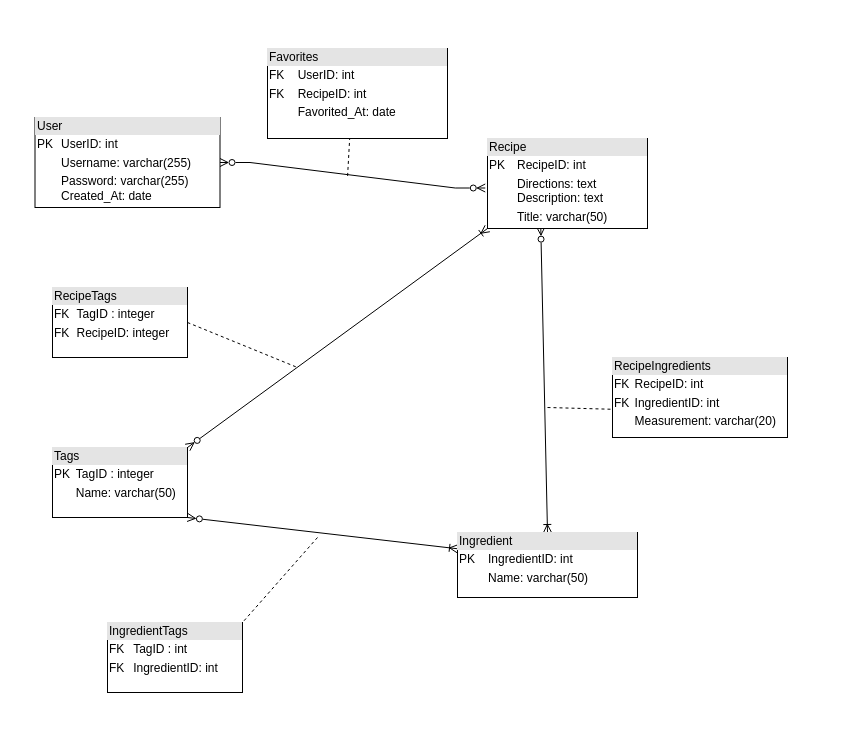
The draw.io diagram Copy of Project A2.drawio in Rhimeth/COSC-612-Project, before the edit. Source tidied: cells renumbered, new cells numbered last; positions are measured from the earlier drawing's top-left corner, leaving out a move shared by most shapes. Both pictures are drawn from the tidied source at 100%, with x=0, y=0 at pixel (35, 48).
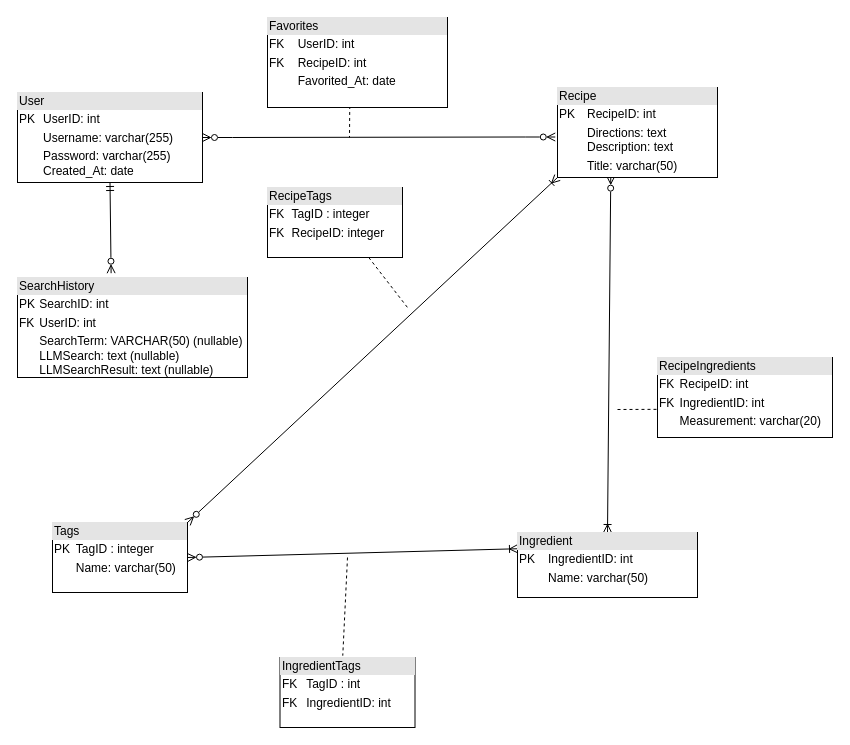
After the change.

Change to the diagram source:
```diff
@@
-    <mxCell id="4" style="endArrow=none;html=1;rounded=0;exitX=1;exitY=0.5;exitDx=0;exitDy=0;dashed=1;" parent="1" edge="1" source="11">
+    <mxCell id="4" style="endArrow=none;html=1;rounded=0;exitX=0.75;exitY=1;exitDx=0;exitDy=0;dashed=1;" parent="1" edge="1" source="11">
       <mxGeometry relative="1" as="geometry">
-        <mxPoint x="262" y="319" as="targetPoint" />
+        <mxPoint x="372" y="259" as="targetPoint" />
       </mxGeometry>
     </mxCell>
-    <mxCell id="5" style="endArrow=ERoneToMany;startArrow=ERzeroToMany;html=1;rounded=0;exitX=1;exitY=1;exitDx=0;exitDy=0;entryX=0;entryY=0.25;entryDx=0;entryDy=0;startFill=0;endFill=0;" parent="1" edge="1" source="14" target="16">
+    <mxCell id="5" style="endArrow=ERoneToMany;startArrow=ERzeroToMany;html=1;rounded=0;exitX=1;exitY=0.5;exitDx=0;exitDy=0;entryX=0;entryY=0.25;entryDx=0;entryDy=0;startFill=0;endFill=0;" parent="1" edge="1" source="14" target="16">
       <mxGeometry relative="1" as="geometry" />
     </mxCell>
-    <mxCell id="6" style="endArrow=none;html=1;rounded=0;entryX=1;entryY=0;entryDx=0;entryDy=0;dashed=1;" parent="1" edge="1" target="15">
+    <mxCell id="6" style="endArrow=none;html=1;rounded=0;entryX=0.465;entryY=-0.026;entryDx=0;entryDy=0;dashed=1;entryPerimeter=0;" parent="1" edge="1" target="15">
       <mxGeometry relative="1" as="geometry">
-        <mxPoint x="282" y="489" as="sourcePoint" />
+        <mxPoint x="312" y="509" as="sourcePoint" />
       </mxGeometry>
     </mxCell>
@@
     <mxCell id="8" style="endArrow=none;html=1;rounded=0;entryX=0.012;entryY=0.648;entryDx=0;entryDy=0;dashed=1;entryPerimeter=0;" parent="1" edge="1" target="17">
       <mxGeometry relative="1" as="geometry">
-        <mxPoint x="512" y="359" as="sourcePoint" />
+        <mxPoint x="582" y="361" as="sourcePoint" />
       </mxGeometry>
     </mxCell>
     <mxCell id="9" style="endArrow=none;html=1;rounded=0;exitX=0.457;exitY=0.983;exitDx=0;exitDy=0;dashed=1;exitPerimeter=0;" parent="1" edge="1" source="12">
       <mxGeometry relative="1" as="geometry">
-        <mxPoint x="312" y="129" as="targetPoint" />
+        <mxPoint x="314" y="89" as="targetPoint" />
       </mxGeometry>
     </mxCell>
     <mxCell id="10" value="&lt;div style=&quot;box-sizing:border-box;width:100%;background:#e4e4e4;padding:2px;&quot;&gt;User&lt;/div&gt;&lt;table style=&quot;width:100%;font-size:1em;&quot; cellpadding=&quot;2&quot; cellspacing=&quot;0&quot;&gt;&lt;tbody&gt;&lt;tr&gt;&lt;td&gt;PK&lt;/td&gt;&lt;td&gt;UserID: int&lt;/td&gt;&lt;/tr&gt;&lt;tr&gt;&lt;td&gt;&lt;br&gt;&lt;/td&gt;&lt;td&gt;Username: varchar(255)&lt;br&gt;&lt;/td&gt;&lt;/tr&gt;&lt;tr&gt;&lt;td&gt;&lt;/td&gt;&lt;td&gt;Password: varchar(255)&lt;br&gt;Created_At: date&lt;br&gt;&lt;/td&gt;&lt;/tr&gt;&lt;/tbody&gt;&lt;/table&gt;" style="verticalAlign=top;align=left;overflow=fill;html=1;whiteSpace=wrap;" parent="1" vertex="1">
-      <mxGeometry x="-0.5" y="69" width="185" height="90" as="geometry" />
+      <mxGeometry x="-18" y="44" width="185" height="90" as="geometry" />
     </mxCell>
     <mxCell id="11" value="&lt;div style=&quot;box-sizing:border-box;width:100%;background:#e4e4e4;padding:2px;&quot;&gt;RecipeTags&lt;/div&gt;&lt;table style=&quot;width:100%;font-size:1em;&quot; cellpadding=&quot;2&quot; cellspacing=&quot;0&quot;&gt;&lt;tbody&gt;&lt;tr&gt;&lt;td&gt;FK&lt;/td&gt;&lt;td&gt;TagID : integer&lt;/td&gt;&lt;/tr&gt;&lt;tr&gt;&lt;td&gt;FK&lt;/td&gt;&lt;td&gt;RecipeID: integer&lt;/td&gt;&lt;/tr&gt;&lt;tr&gt;&lt;td&gt;&lt;/td&gt;&lt;td&gt;&lt;br&gt;&lt;/td&gt;&lt;/tr&gt;&lt;/tbody&gt;&lt;/table&gt;" style="verticalAlign=top;align=left;overflow=fill;html=1;whiteSpace=wrap;" parent="1" vertex="1">
-      <mxGeometry x="17" y="239" width="135" height="70" as="geometry" />
+      <mxGeometry x="232" y="139" width="135" height="70" as="geometry" />
     </mxCell>
     <mxCell id="12" value="&lt;div style=&quot;box-sizing:border-box;width:100%;background:#e4e4e4;padding:2px;&quot;&gt;Favorites&lt;/div&gt;&lt;table style=&quot;width:100%;font-size:1em;&quot; cellpadding=&quot;2&quot; cellspacing=&quot;0&quot;&gt;&lt;tbody&gt;&lt;tr&gt;&lt;td&gt;FK&lt;/td&gt;&lt;td&gt;UserID: int&lt;/td&gt;&lt;/tr&gt;&lt;tr&gt;&lt;td&gt;FK&lt;/td&gt;&lt;td&gt;RecipeID: int&lt;/td&gt;&lt;/tr&gt;&lt;tr&gt;&lt;td&gt;&lt;br&gt;&lt;/td&gt;&lt;td&gt;Favorited_At: date&lt;/td&gt;&lt;/tr&gt;&lt;/tbody&gt;&lt;/table&gt;" style="verticalAlign=top;align=left;overflow=fill;html=1;whiteSpace=wrap;" parent="1" vertex="1">
-      <mxGeometry x="232" width="180" height="90" as="geometry" />
+      <mxGeometry x="232" y="-31" width="180" height="90" as="geometry" />
     </mxCell>
     <mxCell id="13" value="&lt;div style=&quot;box-sizing:border-box;width:100%;background:#e4e4e4;padding:2px;&quot;&gt;Recipe&lt;/div&gt;&lt;table style=&quot;width:100%;font-size:1em;&quot; cellpadding=&quot;2&quot; cellspacing=&quot;0&quot;&gt;&lt;tbody&gt;&lt;tr&gt;&lt;td&gt;PK&lt;/td&gt;&lt;td&gt;RecipeID: int&lt;br&gt;&lt;/td&gt;&lt;/tr&gt;&lt;tr&gt;&lt;td&gt;&lt;/td&gt;&lt;td&gt;Directions: text&lt;br&gt;Description: text&lt;br&gt;&lt;/td&gt;&lt;/tr&gt;&lt;tr&gt;&lt;td&gt;&lt;/td&gt;&lt;td&gt;Title: varchar(50)&lt;/td&gt;&lt;/tr&gt;&lt;/tbody&gt;&lt;/table&gt;" style="verticalAlign=top;align=left;overflow=fill;html=1;whiteSpace=wrap;" parent="1" vertex="1">
-      <mxGeometry x="452" y="90" width="160" height="90" as="geometry" />
+      <mxGeometry x="522" y="39" width="160" height="90" as="geometry" />
     </mxCell>
     <mxCell id="14" value="&lt;div style=&quot;box-sizing:border-box;width:100%;background:#e4e4e4;padding:2px;&quot;&gt;Tags&lt;/div&gt;&lt;table style=&quot;width:100%;font-size:1em;&quot; cellpadding=&quot;2&quot; cellspacing=&quot;0&quot;&gt;&lt;tbody&gt;&lt;tr&gt;&lt;td&gt;PK&lt;/td&gt;&lt;td&gt;TagID : integer&lt;/td&gt;&lt;/tr&gt;&lt;tr&gt;&lt;td&gt;&lt;br&gt;&lt;/td&gt;&lt;td&gt;Name: varchar(50)&lt;/td&gt;&lt;/tr&gt;&lt;tr&gt;&lt;td&gt;&lt;/td&gt;&lt;td&gt;&lt;br&gt;&lt;/td&gt;&lt;/tr&gt;&lt;/tbody&gt;&lt;/table&gt;" style="verticalAlign=top;align=left;overflow=fill;html=1;whiteSpace=wrap;" parent="1" vertex="1">
-      <mxGeometry x="17" y="399" width="135" height="70" as="geometry" />
+      <mxGeometry x="17" y="474" width="135" height="70" as="geometry" />
     </mxCell>
     <mxCell id="15" value="&lt;div style=&quot;box-sizing:border-box;width:100%;background:#e4e4e4;padding:2px;&quot;&gt;IngredientTags&lt;/div&gt;&lt;table style=&quot;width:100%;font-size:1em;&quot; cellpadding=&quot;2&quot; cellspacing=&quot;0&quot;&gt;&lt;tbody&gt;&lt;tr&gt;&lt;td&gt;FK&lt;/td&gt;&lt;td&gt;TagID : int&lt;/td&gt;&lt;/tr&gt;&lt;tr&gt;&lt;td&gt;FK&lt;/td&gt;&lt;td&gt;IngredientID: int&lt;/td&gt;&lt;/tr&gt;&lt;tr&gt;&lt;td&gt;&lt;/td&gt;&lt;td&gt;&lt;br&gt;&lt;/td&gt;&lt;/tr&gt;&lt;/tbody&gt;&lt;/table&gt;" style="verticalAlign=top;align=left;overflow=fill;html=1;whiteSpace=wrap;" parent="1" vertex="1">
-      <mxGeometry x="72" y="574" width="135" height="70" as="geometry" />
+      <mxGeometry x="244.5" y="609" width="135" height="70" as="geometry" />
     </mxCell>
     <mxCell id="16" value="&lt;div style=&quot;box-sizing:border-box;width:100%;background:#e4e4e4;padding:2px;&quot;&gt;Ingredient&lt;/div&gt;&lt;table style=&quot;width:100%;font-size:1em;&quot; cellpadding=&quot;2&quot; cellspacing=&quot;0&quot;&gt;&lt;tbody&gt;&lt;tr&gt;&lt;td&gt;PK&lt;/td&gt;&lt;td&gt;IngredientID: int&lt;br&gt;&lt;/td&gt;&lt;/tr&gt;&lt;tr&gt;&lt;td&gt;&lt;br&gt;&lt;/td&gt;&lt;td&gt;Name: varchar(50)&lt;/td&gt;&lt;/tr&gt;&lt;tr&gt;&lt;td&gt;&lt;br&gt;&lt;/td&gt;&lt;td&gt;&lt;br&gt;&lt;/td&gt;&lt;/tr&gt;&lt;/tbody&gt;&lt;/table&gt;" style="verticalAlign=top;align=left;overflow=fill;html=1;whiteSpace=wrap;" parent="1" vertex="1">
-      <mxGeometry x="422" y="484" width="180" height="65" as="geometry" />
+      <mxGeometry x="482" y="484" width="180" height="65" as="geometry" />
     </mxCell>
     <mxCell id="17" value="&lt;div style=&quot;box-sizing:border-box;width:100%;background:#e4e4e4;padding:2px;&quot;&gt;RecipeIngredients&lt;/div&gt;&lt;table style=&quot;width:100%;font-size:1em;&quot; cellpadding=&quot;2&quot; cellspacing=&quot;0&quot;&gt;&lt;tbody&gt;&lt;tr&gt;&lt;td&gt;FK&lt;/td&gt;&lt;td&gt;RecipeID: int&lt;br&gt;&lt;/td&gt;&lt;/tr&gt;&lt;tr&gt;&lt;td&gt;FK&lt;/td&gt;&lt;td&gt;IngredientID: int&lt;/td&gt;&lt;/tr&gt;&lt;tr&gt;&lt;td&gt;&lt;/td&gt;&lt;td&gt;Measurement: varchar(20)&lt;/td&gt;&lt;/tr&gt;&lt;/tbody&gt;&lt;/table&gt;" style="verticalAlign=top;align=left;overflow=fill;html=1;whiteSpace=wrap;" parent="1" vertex="1">
-      <mxGeometry x="577" y="309" width="175" height="80" as="geometry" />
+      <mxGeometry x="622" y="309" width="175" height="80" as="geometry" />
     </mxCell>
+    <mxCell id="18" value="&lt;div style=&quot;box-sizing:border-box;width:100%;background:#e4e4e4;padding:2px;&quot;&gt;SearchHistory&lt;/div&gt;&lt;table style=&quot;width:100%;font-size:1em;&quot; cellpadding=&quot;2&quot; cellspacing=&quot;0&quot;&gt;&lt;tbody&gt;&lt;tr&gt;&lt;td&gt;PK&lt;/td&gt;&lt;td&gt;SearchID: int&lt;/td&gt;&lt;/tr&gt;&lt;tr&gt;&lt;td&gt;FK&lt;/td&gt;&lt;td&gt;UserID: int&lt;/td&gt;&lt;/tr&gt;&lt;tr&gt;&lt;td&gt;&lt;br&gt;&lt;/td&gt;&lt;td&gt;SearchTerm: VARCHAR(50) (nullable)&lt;br&gt;LLMSearch: text (nullable)&lt;br&gt;LLMSearchResult: text (nullable)&lt;/td&gt;&lt;/tr&gt;&lt;/tbody&gt;&lt;/table&gt;" style="verticalAlign=top;align=left;overflow=fill;html=1;whiteSpace=wrap;" parent="1" vertex="1">
+      <mxGeometry x="-18" y="229" width="230" height="100" as="geometry" />
+    </mxCell>
+    <mxCell id="19" style="endArrow=ERzeroToMany;startArrow=ERmandOne;html=1;rounded=0;exitX=0.5;exitY=1;exitDx=0;exitDy=0;entryX=0.407;entryY=-0.043;entryDx=0;entryDy=0;entryPerimeter=0;endFill=0;startFill=0;" parent="1" edge="1" source="10" target="18">
+      <mxGeometry relative="1" as="geometry" />
+    </mxCell>
```
